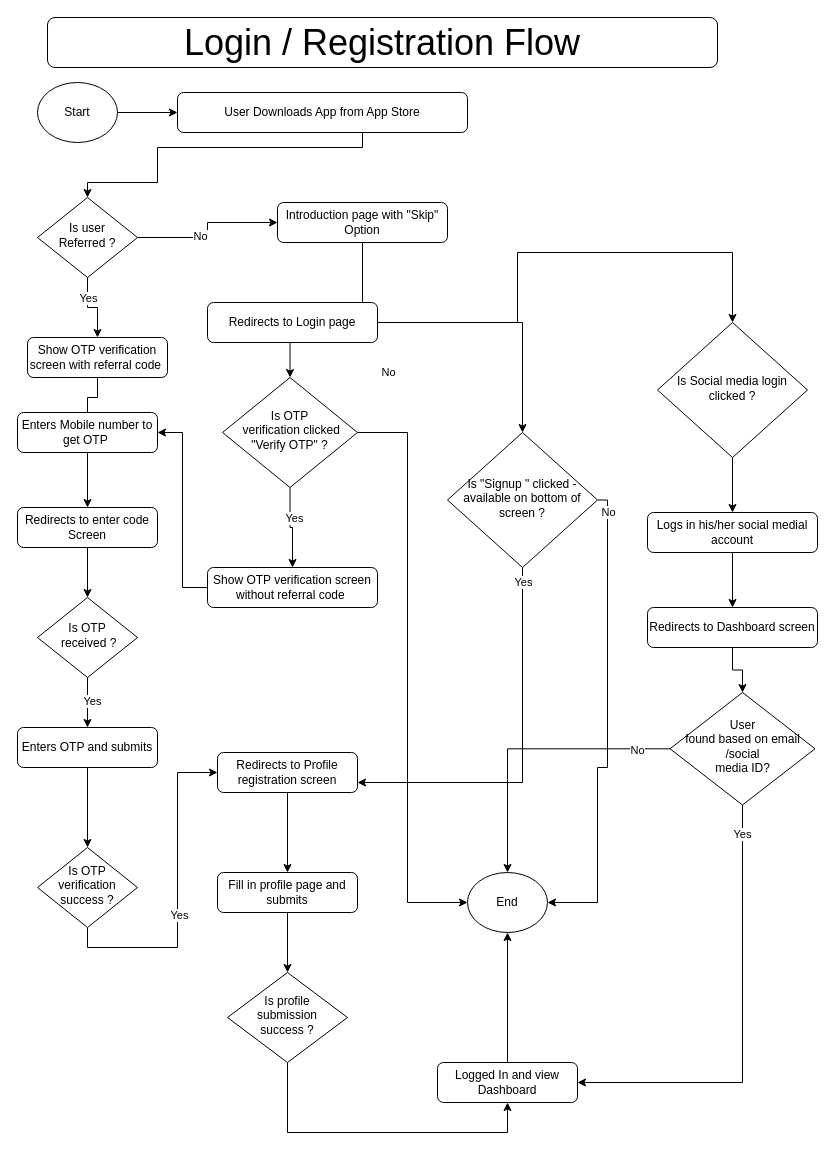
Before: Triva_Login_Registration_Flow.drawio in Adityacs001/snippet, a draw.io diagram. Source tidied: cells renumbered, new cells numbered last; positions are measured from the earlier drawing's top-left corner, leaving out a move shared by most shapes. Both pictures are drawn from the tidied source at 100%, with x=0, y=0 at pixel (17, 17).
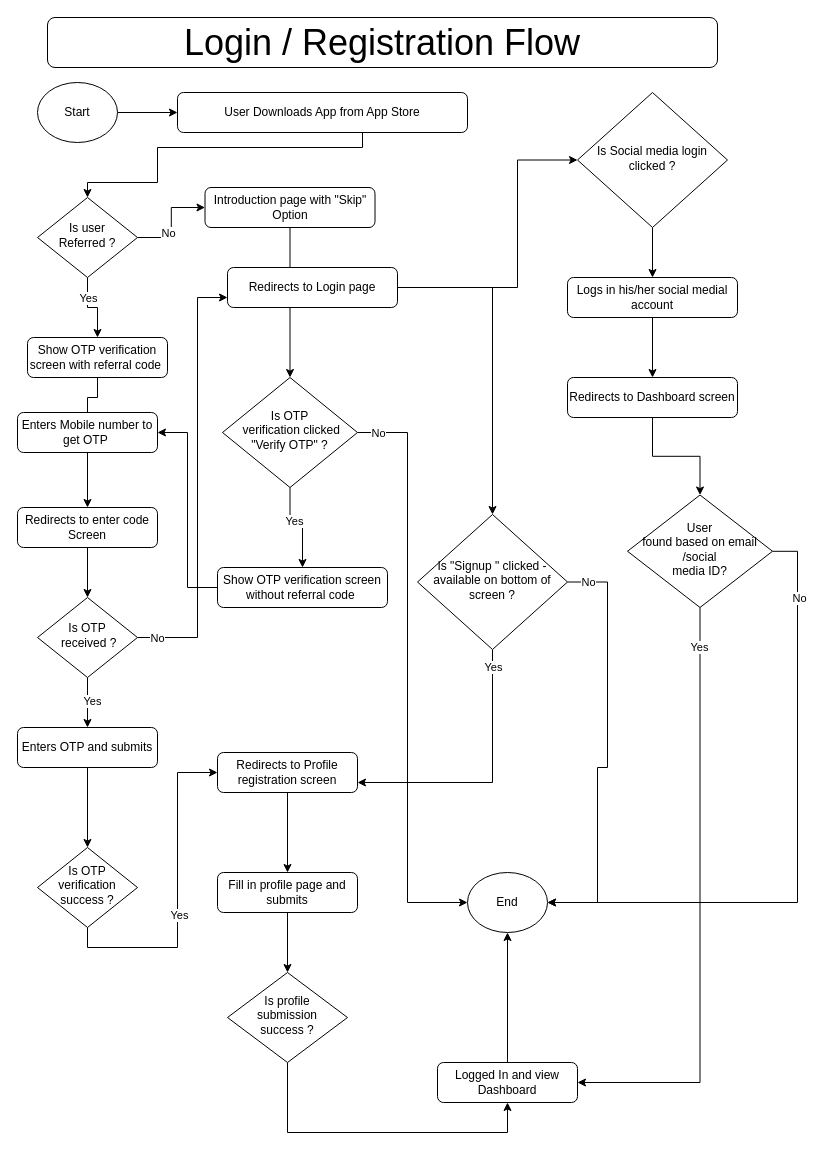
Above is the later version.

The change refers to these unchanged cells:
```xml
<mxCell id="19" value="Is OTP&lt;br&gt;&amp;nbsp;received ?" style="rhombus;whiteSpace=wrap;html=1;shadow=0;fontFamily=Helvetica;fontSize=12;align=center;strokeWidth=1;spacing=6;spacingTop=-4;" parent="1" vertex="1">
  <mxGeometry x="20" y="580" width="100" height="80" as="geometry" />
</mxCell>
<mxCell id="33" value="End" style="ellipse;whiteSpace=wrap;html=1;" parent="1" vertex="1">
  <mxGeometry x="450" y="855" width="80" height="60" as="geometry" />
</mxCell>
<mxCell id="39" style="edgeStyle=orthogonalEdgeStyle;rounded=0;jettySize=auto;html=1;" parent="1" edge="1" source="41" target="33">
  <mxGeometry relative="1" as="geometry">
    <Array as="points">
      <mxPoint x="390" y="415" />
      <mxPoint x="390" y="885" />
    </Array>
  </mxGeometry>
</mxCell>
<mxCell id="44" style="edgeStyle=orthogonalEdgeStyle;rounded=0;jettySize=auto;html=1;entryX=1;entryY=0.75;entryDx=0;entryDy=0;exitX=0.5;exitY=1;exitDx=0;exitDy=0;" parent="1" edge="1" source="48" target="26">
  <mxGeometry relative="1" as="geometry" />
</mxCell>
```

What changed in the source:
```diff
@@
     <mxCell id="10" value="Introduction page with &quot;Skip&quot; Option" style="rounded=1;whiteSpace=wrap;html=1;fontSize=12;glass=0;strokeWidth=1;shadow=0;" parent="1" vertex="1">
-      <mxGeometry x="260" y="185" width="170" height="40" as="geometry" />
+      <mxGeometry x="187.5" y="170" width="170" height="40" as="geometry" />
     </mxCell>
@@
+    <mxCell id="63" style="edgeStyle=orthogonalEdgeStyle;rounded=0;jettySize=auto;html=1;entryX=0;entryY=0.75;entryDx=0;entryDy=0;" parent="1" edge="1" source="19" target="36">
+      <mxGeometry relative="1" as="geometry">
+        <Array as="points">
+          <mxPoint x="180" y="620" />
+          <mxPoint x="180" y="280" />
+        </Array>
+      </mxGeometry>
+    </mxCell>
+    <mxCell id="64" value="No" style="edgeLabel;html=1;align=center;verticalAlign=middle;" parent="63" vertex="1">
+      <mxGeometry x="-0.91" relative="1" as="geometry" />
+    </mxCell>
@@
-    <mxCell id="35" style="edgeStyle=orthogonalEdgeStyle;rounded=0;jettySize=auto;html=1;entryX=0.5;entryY=0;entryDx=0;entryDy=0;" parent="1" edge="1" source="36" target="50">
+    <mxCell id="35" style="edgeStyle=orthogonalEdgeStyle;rounded=0;jettySize=auto;html=1;exitX=1;exitY=0.5;exitDx=0;exitDy=0;entryX=0;entryY=0.5;entryDx=0;entryDy=0;" parent="1" edge="1" source="36" target="50">
       <mxGeometry relative="1" as="geometry">
         <Array as="points">
-          <mxPoint x="500" y="305" />
-          <mxPoint x="500" y="235" />
-          <mxPoint x="715" y="235" />
+          <mxPoint x="500" y="270" />
+          <mxPoint x="500" y="143" />
         </Array>
       </mxGeometry>
     </mxCell>
     <mxCell id="36" value="Redirects to Login page" style="rounded=1;whiteSpace=wrap;html=1;fontSize=12;glass=0;strokeWidth=1;shadow=0;" parent="1" vertex="1">
-      <mxGeometry x="190" y="285" width="170" height="40" as="geometry" />
+      <mxGeometry x="210" y="250" width="170" height="40" as="geometry" />
     </mxCell>
@@
     <mxCell id="40" value="No" style="edgeLabel;html=1;align=center;verticalAlign=middle;" parent="39" vertex="1">
       <mxGeometry x="-0.23" y="2" relative="1" as="geometry">
-        <mxPoint x="-22" y="-234" as="offset" />
+        <mxPoint x="-32" y="-173" as="offset" />
       </mxGeometry>
     </mxCell>
@@
     <mxCell id="43" value="Show OTP verification screen without referral code&amp;nbsp;" style="rounded=1;whiteSpace=wrap;html=1;" parent="1" vertex="1">
-      <mxGeometry x="190" y="550" width="170" height="40" as="geometry" />
+      <mxGeometry x="200" y="550" width="170" height="40" as="geometry" />
     </mxCell>
@@
     <mxCell id="45" value="Yes" style="edgeLabel;html=1;align=center;verticalAlign=middle;" parent="44" vertex="1">
       <mxGeometry x="-0.7" y="4" relative="1" as="geometry">
-        <mxPoint x="-4" y="-43" as="offset" />
+        <mxPoint x="-4" y="-23" as="offset" />
       </mxGeometry>
     </mxCell>
-    <mxCell id="46" style="edgeStyle=orthogonalEdgeStyle;rounded=0;jettySize=auto;html=1;entryX=1;entryY=0.5;entryDx=0;entryDy=0;" parent="1" edge="1" source="48" target="33">
+    <mxCell id="46" style="edgeStyle=orthogonalEdgeStyle;rounded=0;jettySize=auto;html=1;entryX=1;entryY=0.5;entryDx=0;entryDy=0;exitX=1;exitY=0.5;exitDx=0;exitDy=0;" parent="1" edge="1" source="48" target="33">
       <mxGeometry relative="1" as="geometry">
         <Array as="points">
-          <mxPoint x="590" y="483" />
+          <mxPoint x="590" y="565" />
           <mxPoint x="590" y="750" />
           <mxPoint x="580" y="750" />
           <mxPoint x="580" y="885" />
         </Array>
       </mxGeometry>
     </mxCell>
     <mxCell id="47" value="No" style="edgeLabel;html=1;align=center;verticalAlign=middle;" parent="46" vertex="1">
       <mxGeometry x="-0.33" y="4" relative="1" as="geometry">
-        <mxPoint x="-4" y="-136" as="offset" />
+        <mxPoint x="-24" y="-101" as="offset" />
       </mxGeometry>
     </mxCell>
     <mxCell id="48" value="Is &quot;Signup &quot; clicked - available on bottom of screen ?" style="rhombus;whiteSpace=wrap;html=1;shadow=0;fontFamily=Helvetica;fontSize=12;align=center;strokeWidth=1;spacing=6;spacingTop=-4;" parent="1" vertex="1">
-      <mxGeometry x="430" y="415" width="150" height="135" as="geometry" />
+      <mxGeometry x="400" y="497" width="150" height="135" as="geometry" />
     </mxCell>
@@
     <mxCell id="50" value="Is Social media login clicked ?" style="rhombus;whiteSpace=wrap;html=1;shadow=0;fontFamily=Helvetica;fontSize=12;align=center;strokeWidth=1;spacing=6;spacingTop=-4;" parent="1" vertex="1">
-      <mxGeometry x="640" y="305" width="150" height="135" as="geometry" />
+      <mxGeometry x="560" y="75" width="150" height="135" as="geometry" />
     </mxCell>
@@
     <mxCell id="52" value="Logs in his/her social medial account" style="rounded=1;whiteSpace=wrap;html=1;" parent="1" vertex="1">
-      <mxGeometry x="630" y="495" width="170" height="40" as="geometry" />
+      <mxGeometry x="550" y="260" width="170" height="40" as="geometry" />
     </mxCell>
@@
     <mxCell id="54" value="Redirects to Dashboard screen" style="rounded=1;whiteSpace=wrap;html=1;" parent="1" vertex="1">
-      <mxGeometry x="630" y="590" width="170" height="40" as="geometry" />
+      <mxGeometry x="550" y="360" width="170" height="40" as="geometry" />
     </mxCell>
@@
     <mxCell id="57" style="edgeStyle=orthogonalEdgeStyle;rounded=0;jettySize=auto;html=1;" parent="1" edge="1" source="59" target="33">
-      <mxGeometry relative="1" as="geometry" />
+      <mxGeometry relative="1" as="geometry">
+        <Array as="points">
+          <mxPoint x="780" y="534" />
+          <mxPoint x="780" y="885" />
+        </Array>
+      </mxGeometry>
     </mxCell>
@@
     <mxCell id="59" value="User&lt;br&gt;found based on email /social &lt;br&gt;media ID?" style="rhombus;whiteSpace=wrap;html=1;shadow=0;fontFamily=Helvetica;fontSize=12;align=center;strokeWidth=1;spacing=6;spacingTop=-4;" parent="1" vertex="1">
-      <mxGeometry x="652.5" y="675" width="145" height="112.5" as="geometry" />
+      <mxGeometry x="610" y="477.5" width="145" height="112.5" as="geometry" />
     </mxCell>
```
